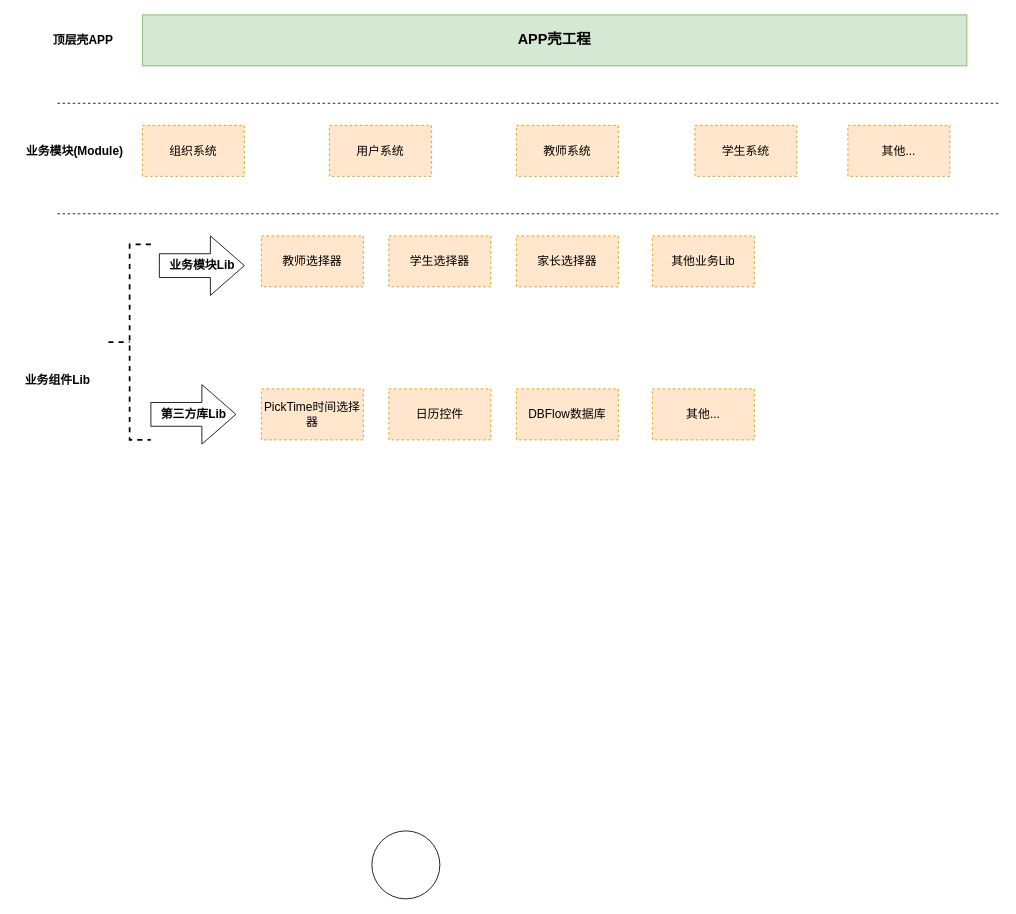
The draw.io diagram Untitled Diagram.drawio in 123yangu/private_tool, before the edit. Source tidied: cells renumbered, new cells numbered last; positions are measured from the earlier drawing's top-left corner, leaving out a move shared by most shapes. Both pictures are drawn from the tidied source at 85%, with x=0, y=0 at pixel (19, 14).
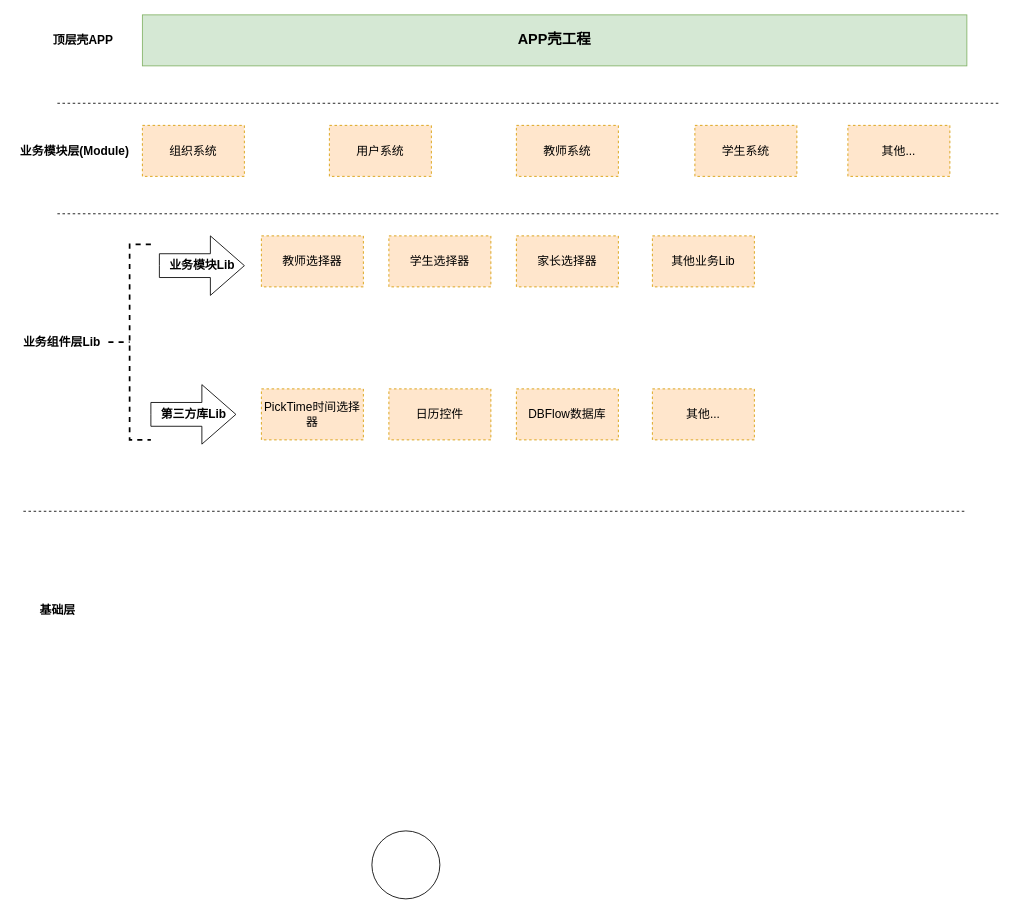
Above is the later version.

Commit message:
组件化大架构.drawio

Change to the diagram source:
```diff
@@
-    <mxCell id="6" value="&lt;b&gt;业务模块(Module)&lt;/b&gt;" style="text;html=1;align=center;verticalAlign=middle;fontSize=14;" parent="1" vertex="1">
-      <mxGeometry y="150" width="130" height="20" as="geometry" />
+    <mxCell id="6" value="&lt;b&gt;业务模块层(Module)&lt;/b&gt;" style="text;html=1;align=center;verticalAlign=middle;fontSize=14;" parent="1" vertex="1">
+      <mxGeometry x="-5" y="150" width="140" height="20" as="geometry" />
     </mxCell>
@@
-    <mxCell id="14" value="&lt;b&gt;业务组件Lib&lt;/b&gt;" style="text;html=1;align=center;verticalAlign=middle;fontSize=14;" parent="1" vertex="1">
-      <mxGeometry y="420" width="90" height="20" as="geometry" />
+    <mxCell id="14" value="&lt;b&gt;业务组件层Lib&lt;/b&gt;" style="text;html=1;align=center;verticalAlign=middle;fontSize=14;" parent="1" vertex="1">
+      <mxGeometry x="-5" y="375" width="110" height="20" as="geometry" />
     </mxCell>
@@
+    <mxCell id="25" style="line;strokeWidth=1;fillColor=none;align=left;verticalAlign=middle;spacingTop=-1;spacingLeft=3;spacingRight=3;labelPosition=right;fontSize=14;dashed=1;" parent="1" vertex="1">
+      <mxGeometry x="5" y="580" width="1110" height="8" as="geometry" />
+    </mxCell>
+    <mxCell id="26" value="&lt;b&gt;基础层&lt;/b&gt;" style="text;html=1;align=center;verticalAlign=middle;fontSize=14;" parent="1" vertex="1">
+      <mxGeometry x="15" y="690" width="60" height="20" as="geometry" />
+    </mxCell>
```
